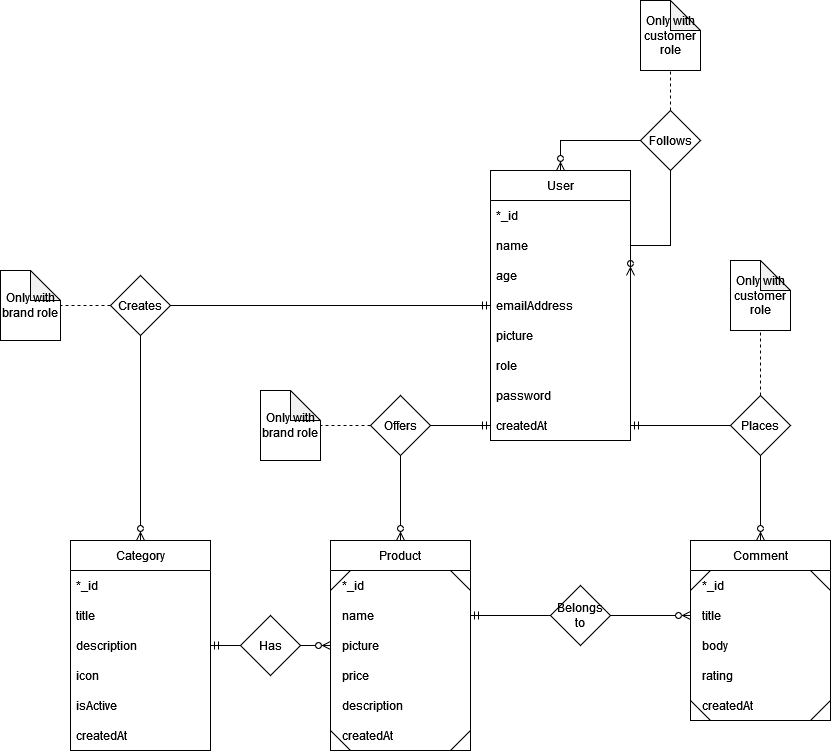
Before: apps/uc-app/src/assets/images/erd.png, a diagram exported from draw.io (CKleijn/UnreleasedClothing). Source tidied: cells renumbered, new cells last; positions are measured from the earlier drawing's top-left corner, leaving out a move shared by most shapes. Source of this version:
```xml
<mxGraphModel>
  <root>
    <mxCell id="0" />
    <mxCell id="1" parent="0" />
    <mxCell id="2" value="Product" style="swimlane;fontStyle=0;horizontal=1;startSize=30;" parent="1" vertex="1">
      <mxGeometry x="330" y="540" width="140" height="210" as="geometry" />
    </mxCell>
    <mxCell id="3" style="endArrow=none;html=1;rounded=0;fontSize=10;" parent="2" edge="1">
      <mxGeometry relative="1" as="geometry">
        <mxPoint x="120" y="30" as="sourcePoint" />
        <mxPoint x="140" y="50" as="targetPoint" />
      </mxGeometry>
    </mxCell>
    <mxCell id="4" style="endArrow=none;html=1;rounded=0;fontSize=10;" parent="2" edge="1">
      <mxGeometry relative="1" as="geometry">
        <mxPoint y="50" as="sourcePoint" />
        <mxPoint x="20" y="30" as="targetPoint" />
      </mxGeometry>
    </mxCell>
    <mxCell id="5" value="  *_id" style="text;strokeColor=none;fillColor=none;align=left;verticalAlign=middle;spacingLeft=4;spacingRight=4;overflow=hidden;" parent="2" vertex="1">
      <mxGeometry y="30" width="140" height="30" as="geometry" />
    </mxCell>
    <mxCell id="6" value="  name" style="text;strokeColor=none;fillColor=none;align=left;verticalAlign=middle;spacingLeft=4;spacingRight=4;overflow=hidden;points=[[0,0.5],[1,0.5]];portConstraint=eastwest;" parent="2" vertex="1">
      <mxGeometry y="60" width="140" height="30" as="geometry" />
    </mxCell>
    <mxCell id="7" value="  picture" style="text;strokeColor=none;fillColor=none;align=left;verticalAlign=middle;spacingLeft=4;spacingRight=4;overflow=hidden;points=[[0,0.5],[1,0.5]];portConstraint=eastwest;" parent="2" vertex="1">
      <mxGeometry y="90" width="140" height="30" as="geometry" />
    </mxCell>
    <mxCell id="8" value="  price" style="text;strokeColor=none;fillColor=none;align=left;verticalAlign=middle;spacingLeft=4;spacingRight=4;overflow=hidden;" parent="2" vertex="1">
      <mxGeometry y="120" width="140" height="30" as="geometry" />
    </mxCell>
    <mxCell id="9" value="  description" style="text;strokeColor=none;fillColor=none;align=left;verticalAlign=middle;spacingLeft=4;spacingRight=4;overflow=hidden;" parent="2" vertex="1">
      <mxGeometry y="150" width="140" height="30" as="geometry" />
    </mxCell>
    <mxCell id="10" value="  createdAt" style="text;strokeColor=none;fillColor=none;align=left;verticalAlign=middle;spacingLeft=4;spacingRight=4;overflow=hidden;" parent="2" vertex="1">
      <mxGeometry y="180" width="140" height="30" as="geometry" />
    </mxCell>
    <mxCell id="11" style="endArrow=none;html=1;rounded=0;fontSize=10;" parent="2" edge="1">
      <mxGeometry relative="1" as="geometry">
        <mxPoint y="190" as="sourcePoint" />
        <mxPoint x="20" y="210" as="targetPoint" />
      </mxGeometry>
    </mxCell>
    <mxCell id="12" style="endArrow=none;html=1;rounded=0;fontSize=10;" parent="2" edge="1">
      <mxGeometry relative="1" as="geometry">
        <mxPoint x="120" y="210" as="sourcePoint" />
        <mxPoint x="140" y="190" as="targetPoint" />
      </mxGeometry>
    </mxCell>
    <mxCell id="13" style="edgeStyle=orthogonalEdgeStyle;rounded=0;jettySize=auto;html=1;exitX=0.5;exitY=0;exitDx=0;exitDy=0;entryX=0;entryY=0.5;entryDx=0;entryDy=0;startArrow=ERzeroToMany;startFill=0;endArrow=ERmandOne;endFill=0;" parent="1" edge="1" source="14" target="25">
      <mxGeometry relative="1" as="geometry" />
    </mxCell>
    <mxCell id="14" value="Category" style="swimlane;fontStyle=0;horizontal=1;startSize=30;" parent="1" vertex="1">
      <mxGeometry x="70" y="540" width="140" height="210" as="geometry" />
    </mxCell>
    <mxCell id="15" value="*_id" style="text;strokeColor=none;fillColor=none;align=left;verticalAlign=middle;spacingLeft=4;spacingRight=4;overflow=hidden;" parent="14" vertex="1">
      <mxGeometry y="30" width="140" height="30" as="geometry" />
    </mxCell>
    <mxCell id="16" value="title" style="text;strokeColor=none;fillColor=none;align=left;verticalAlign=middle;spacingLeft=4;spacingRight=4;overflow=hidden;points=[[0,0.5],[1,0.5]];portConstraint=eastwest;" parent="14" vertex="1">
      <mxGeometry y="60" width="140" height="30" as="geometry" />
    </mxCell>
    <mxCell id="17" value="description" style="text;strokeColor=none;fillColor=none;align=left;verticalAlign=middle;spacingLeft=4;spacingRight=4;overflow=hidden;points=[[0,0.5],[1,0.5]];portConstraint=eastwest;" parent="14" vertex="1">
      <mxGeometry y="90" width="140" height="30" as="geometry" />
    </mxCell>
    <mxCell id="18" value="icon" style="text;strokeColor=none;fillColor=none;align=left;verticalAlign=middle;spacingLeft=4;spacingRight=4;overflow=hidden;" parent="14" vertex="1">
      <mxGeometry y="120" width="140" height="30" as="geometry" />
    </mxCell>
    <mxCell id="19" value="isActive" style="text;strokeColor=none;fillColor=none;align=left;verticalAlign=middle;spacingLeft=4;spacingRight=4;overflow=hidden;" parent="14" vertex="1">
      <mxGeometry y="150" width="140" height="30" as="geometry" />
    </mxCell>
    <mxCell id="20" value="createdAt" style="text;strokeColor=none;fillColor=none;align=left;verticalAlign=middle;spacingLeft=4;spacingRight=4;overflow=hidden;" parent="14" vertex="1">
      <mxGeometry y="180" width="140" height="30" as="geometry" />
    </mxCell>
    <mxCell id="21" value="User" style="swimlane;fontStyle=0;horizontal=1;startSize=30;" parent="1" vertex="1">
      <mxGeometry x="490" y="170" width="140" height="270" as="geometry" />
    </mxCell>
    <mxCell id="22" value="*_id" style="text;strokeColor=none;fillColor=none;align=left;verticalAlign=middle;spacingLeft=4;spacingRight=4;overflow=hidden;" parent="21" vertex="1">
      <mxGeometry y="30" width="140" height="30" as="geometry" />
    </mxCell>
    <mxCell id="23" value="name" style="text;strokeColor=none;fillColor=none;align=left;verticalAlign=middle;spacingLeft=4;spacingRight=4;overflow=hidden;" parent="21" vertex="1">
      <mxGeometry y="60" width="140" height="30" as="geometry" />
    </mxCell>
    <mxCell id="24" value="age" style="text;strokeColor=none;fillColor=none;align=left;verticalAlign=middle;spacingLeft=4;spacingRight=4;overflow=hidden;points=[[0,0.5],[1,0.5]];portConstraint=eastwest;" parent="21" vertex="1">
      <mxGeometry y="90" width="140" height="30" as="geometry" />
    </mxCell>
    <mxCell id="25" value="emailAddress" style="text;strokeColor=none;fillColor=none;align=left;verticalAlign=middle;spacingLeft=4;spacingRight=4;overflow=hidden;points=[[0,0.5],[1,0.5]];portConstraint=eastwest;" parent="21" vertex="1">
      <mxGeometry y="120" width="140" height="30" as="geometry" />
    </mxCell>
    <mxCell id="26" style="edgeStyle=orthogonalEdgeStyle;rounded=0;jettySize=auto;html=1;exitX=1;exitY=0.5;exitDx=0;exitDy=0;entryX=0.5;entryY=0;entryDx=0;entryDy=0;startArrow=ERzeroToMany;startFill=0;endArrow=ERzeroToMany;endFill=0;" parent="21" edge="1" source="24" target="21">
      <mxGeometry relative="1" as="geometry">
        <Array as="points">
          <mxPoint x="180" y="75" />
          <mxPoint x="180" y="-30" />
          <mxPoint x="70" y="-30" />
        </Array>
      </mxGeometry>
    </mxCell>
    <mxCell id="27" value="picture" style="text;strokeColor=none;fillColor=none;align=left;verticalAlign=middle;spacingLeft=4;spacingRight=4;overflow=hidden;" parent="21" vertex="1">
      <mxGeometry y="150" width="140" height="30" as="geometry" />
    </mxCell>
    <mxCell id="28" value="role" style="text;strokeColor=none;fillColor=none;align=left;verticalAlign=middle;spacingLeft=4;spacingRight=4;overflow=hidden;" parent="21" vertex="1">
      <mxGeometry y="180" width="140" height="30" as="geometry" />
    </mxCell>
    <mxCell id="29" value="password" style="text;strokeColor=none;fillColor=none;align=left;verticalAlign=middle;spacingLeft=4;spacingRight=4;overflow=hidden;" parent="21" vertex="1">
      <mxGeometry y="210" width="140" height="30" as="geometry" />
    </mxCell>
    <mxCell id="30" value="createdAt" style="text;strokeColor=none;fillColor=none;align=left;verticalAlign=middle;spacingLeft=4;spacingRight=4;overflow=hidden;" parent="21" vertex="1">
      <mxGeometry y="240" width="140" height="30" as="geometry" />
    </mxCell>
    <mxCell id="31" style="edgeStyle=orthogonalEdgeStyle;rounded=0;jettySize=auto;html=1;exitX=0;exitY=0.5;exitDx=0;exitDy=0;entryX=1;entryY=0.5;entryDx=0;entryDy=0;startArrow=none;startFill=0;endArrow=ERmandOne;endFill=0;" parent="1" edge="1" source="55">
      <mxGeometry relative="1" as="geometry">
        <mxPoint x="630" y="425" as="targetPoint" />
      </mxGeometry>
    </mxCell>
    <mxCell id="32" value="Comment" style="swimlane;fontStyle=0;horizontal=1;startSize=30;" parent="1" vertex="1">
      <mxGeometry x="690" y="540" width="140" height="180" as="geometry" />
    </mxCell>
    <mxCell id="33" style="endArrow=none;html=1;rounded=0;fontSize=10;" parent="32" edge="1">
      <mxGeometry relative="1" as="geometry">
        <mxPoint y="50" as="sourcePoint" />
        <mxPoint x="20" y="30" as="targetPoint" />
      </mxGeometry>
    </mxCell>
    <mxCell id="34" value="  *_id" style="text;strokeColor=none;fillColor=none;align=left;verticalAlign=middle;spacingLeft=4;spacingRight=4;overflow=hidden;" parent="32" vertex="1">
      <mxGeometry y="30" width="140" height="30" as="geometry" />
    </mxCell>
    <mxCell id="35" style="endArrow=none;html=1;rounded=0;fontSize=10;" parent="32" edge="1">
      <mxGeometry relative="1" as="geometry">
        <mxPoint x="120" y="30" as="sourcePoint" />
        <mxPoint x="140" y="50" as="targetPoint" />
      </mxGeometry>
    </mxCell>
    <mxCell id="36" value="  title" style="text;strokeColor=none;fillColor=none;align=left;verticalAlign=middle;spacingLeft=4;spacingRight=4;overflow=hidden;points=[[0,0.5],[1,0.5]];portConstraint=eastwest;" parent="32" vertex="1">
      <mxGeometry y="60" width="140" height="30" as="geometry" />
    </mxCell>
    <mxCell id="37" value="  body" style="text;strokeColor=none;fillColor=none;align=left;verticalAlign=middle;spacingLeft=4;spacingRight=4;overflow=hidden;" parent="32" vertex="1">
      <mxGeometry y="90" width="140" height="30" as="geometry" />
    </mxCell>
    <mxCell id="38" value="  rating" style="text;strokeColor=none;fillColor=none;align=left;verticalAlign=middle;spacingLeft=4;spacingRight=4;overflow=hidden;" parent="32" vertex="1">
      <mxGeometry y="120" width="140" height="30" as="geometry" />
    </mxCell>
    <mxCell id="39" value="  createdAt" style="text;strokeColor=none;fillColor=none;align=left;verticalAlign=middle;spacingLeft=4;spacingRight=4;overflow=hidden;" parent="32" vertex="1">
      <mxGeometry y="150" width="140" height="30" as="geometry" />
    </mxCell>
    <mxCell id="40" style="endArrow=none;html=1;rounded=0;fontSize=10;" parent="32" edge="1">
      <mxGeometry relative="1" as="geometry">
        <mxPoint y="160" as="sourcePoint" />
        <mxPoint x="20" y="180" as="targetPoint" />
      </mxGeometry>
    </mxCell>
    <mxCell id="41" style="endArrow=none;html=1;rounded=0;fontSize=10;" parent="32" edge="1">
      <mxGeometry relative="1" as="geometry">
        <mxPoint x="120" y="180" as="sourcePoint" />
        <mxPoint x="140" y="160" as="targetPoint" />
      </mxGeometry>
    </mxCell>
    <mxCell id="42" style="edgeStyle=orthogonalEdgeStyle;rounded=0;jettySize=auto;html=1;exitX=0.5;exitY=0;exitDx=0;exitDy=0;entryX=0.5;entryY=1;entryDx=0;entryDy=0;entryPerimeter=0;startArrow=none;startFill=0;endArrow=none;endFill=0;dashed=1;" parent="1" edge="1" source="43" target="44">
      <mxGeometry relative="1" as="geometry" />
    </mxCell>
    <mxCell id="43" value="Follows" style="rhombus;whiteSpace=wrap;html=1;" parent="1" vertex="1">
      <mxGeometry x="640" y="110" width="60" height="60" as="geometry" />
    </mxCell>
    <mxCell id="44" value="Only with customer role" style="shape=note;whiteSpace=wrap;html=1;backgroundOutline=1;darkOpacity=0.05;" parent="1" vertex="1">
      <mxGeometry x="640" width="60" height="70" as="geometry" />
    </mxCell>
    <mxCell id="45" style="edgeStyle=orthogonalEdgeStyle;rounded=0;jettySize=auto;html=1;exitX=0;exitY=0.5;exitDx=0;exitDy=0;entryX=0.5;entryY=0;entryDx=0;entryDy=0;startArrow=ERmandOne;startFill=0;endArrow=ERzeroToMany;endFill=0;" parent="1" edge="1" target="2">
      <mxGeometry relative="1" as="geometry">
        <mxPoint x="490" y="425" as="sourcePoint" />
      </mxGeometry>
    </mxCell>
    <mxCell id="46" style="edgeStyle=orthogonalEdgeStyle;rounded=0;jettySize=auto;html=1;exitX=0;exitY=0.5;exitDx=0;exitDy=0;startArrow=none;startFill=0;endArrow=none;endFill=0;dashed=1;" parent="1" edge="1" source="47" target="48">
      <mxGeometry relative="1" as="geometry" />
    </mxCell>
    <mxCell id="47" value="Offers" style="rhombus;whiteSpace=wrap;html=1;" parent="1" vertex="1">
      <mxGeometry x="370" y="395" width="60" height="60" as="geometry" />
    </mxCell>
    <mxCell id="48" value="Only with brand role" style="shape=note;whiteSpace=wrap;html=1;backgroundOutline=1;darkOpacity=0.05;" parent="1" vertex="1">
      <mxGeometry x="260" y="390" width="60" height="70" as="geometry" />
    </mxCell>
    <mxCell id="49" style="edgeStyle=orthogonalEdgeStyle;rounded=0;jettySize=auto;html=1;exitX=0;exitY=0.5;exitDx=0;exitDy=0;startArrow=none;startFill=0;endArrow=none;endFill=0;dashed=1;" parent="1" edge="1" source="50" target="51">
      <mxGeometry relative="1" as="geometry" />
    </mxCell>
    <mxCell id="50" value="Creates" style="rhombus;whiteSpace=wrap;html=1;" parent="1" vertex="1">
      <mxGeometry x="110" y="275" width="60" height="60" as="geometry" />
    </mxCell>
    <mxCell id="51" value="Only with brand role" style="shape=note;whiteSpace=wrap;html=1;backgroundOutline=1;darkOpacity=0.05;" parent="1" vertex="1">
      <mxGeometry y="270" width="60" height="70" as="geometry" />
    </mxCell>
    <mxCell id="52" style="edgeStyle=orthogonalEdgeStyle;rounded=0;jettySize=auto;html=1;exitX=1;exitY=0.5;exitDx=0;exitDy=0;startArrow=ERmandOne;startFill=0;endArrow=ERzeroToMany;endFill=0;" parent="1" edge="1" source="17" target="7">
      <mxGeometry relative="1" as="geometry" />
    </mxCell>
    <mxCell id="53" value="Has" style="rhombus;whiteSpace=wrap;html=1;" parent="1" vertex="1">
      <mxGeometry x="240" y="615" width="60" height="60" as="geometry" />
    </mxCell>
    <mxCell id="54" style="edgeStyle=orthogonalEdgeStyle;rounded=0;jettySize=auto;html=1;exitX=1;exitY=0.5;exitDx=0;exitDy=0;entryX=0;entryY=0.5;entryDx=0;entryDy=0;startArrow=none;startFill=0;endArrow=ERzeroToMany;endFill=0;" parent="1" edge="1" source="57" target="36">
      <mxGeometry relative="1" as="geometry" />
    </mxCell>
    <mxCell id="55" value="Places" style="rhombus;whiteSpace=wrap;html=1;" parent="1" vertex="1">
      <mxGeometry x="730" y="395" width="60" height="60" as="geometry" />
    </mxCell>
    <mxCell id="56" style="edgeStyle=orthogonalEdgeStyle;rounded=0;jettySize=auto;html=1;exitX=0.5;exitY=0;exitDx=0;exitDy=0;entryX=0.5;entryY=1;entryDx=0;entryDy=0;startArrow=ERzeroToMany;startFill=0;endArrow=none;endFill=0;" parent="1" edge="1" source="32" target="55">
      <mxGeometry relative="1" as="geometry" />
    </mxCell>
    <mxCell id="57" value="Belongs to" style="rhombus;whiteSpace=wrap;html=1;" parent="1" vertex="1">
      <mxGeometry x="550" y="585" width="60" height="60" as="geometry" />
    </mxCell>
    <mxCell id="58" style="edgeStyle=orthogonalEdgeStyle;rounded=0;jettySize=auto;html=1;exitX=1;exitY=0.5;exitDx=0;exitDy=0;entryX=0;entryY=0.5;entryDx=0;entryDy=0;startArrow=ERmandOne;startFill=0;endArrow=none;endFill=0;" parent="1" edge="1" source="6" target="57">
      <mxGeometry relative="1" as="geometry" />
    </mxCell>
    <mxCell id="59" style="edgeStyle=orthogonalEdgeStyle;rounded=0;jettySize=auto;html=1;exitX=0.5;exitY=0;exitDx=0;exitDy=0;startArrow=none;startFill=0;endArrow=none;endFill=0;dashed=1;" parent="1" edge="1" source="55" target="60">
      <mxGeometry relative="1" as="geometry" />
    </mxCell>
    <mxCell id="60" value="Only with customer role" style="shape=note;whiteSpace=wrap;html=1;backgroundOutline=1;darkOpacity=0.05;" parent="1" vertex="1">
      <mxGeometry x="730" y="260" width="60" height="70" as="geometry" />
    </mxCell>
  </root>
</mxGraphModel>
```
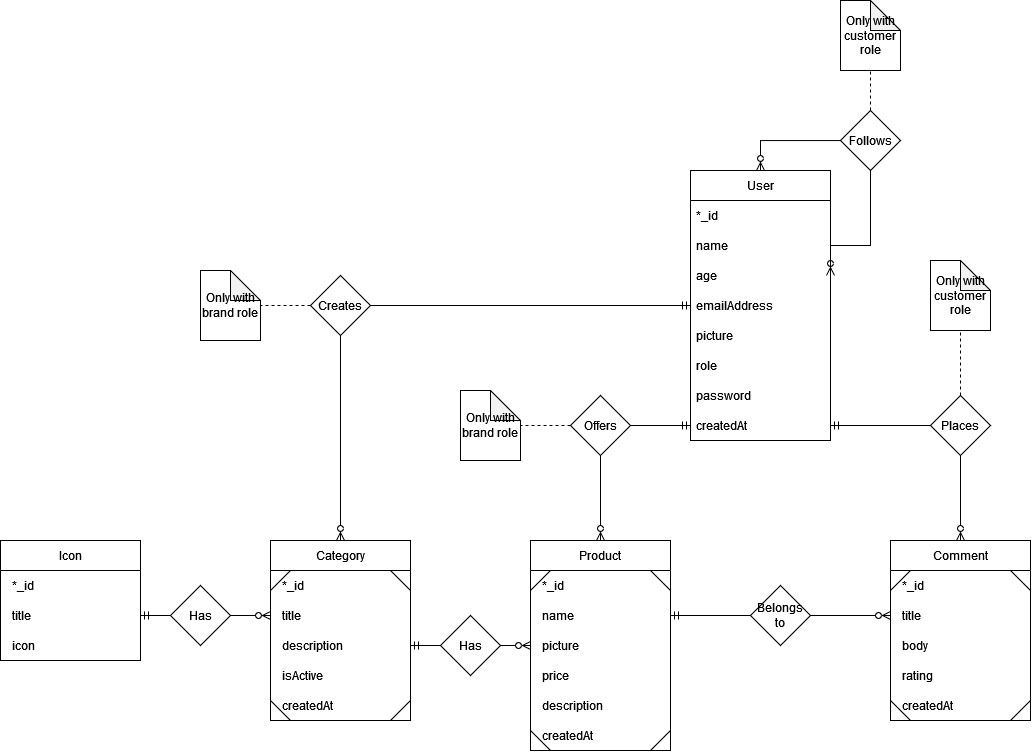
The same file after the commit.

Commit message:
Update about page

Diff of the diagram source:
```diff
@@ -51,26 +51,47 @@
       <mxGeometry relative="1" as="geometry" />
     </mxCell>
     <mxCell id="14" value="Category" style="swimlane;fontStyle=0;horizontal=1;startSize=30;" parent="1" vertex="1">
-      <mxGeometry x="70" y="540" width="140" height="210" as="geometry" />
+      <mxGeometry x="70" y="540" width="140" height="180" as="geometry" />
     </mxCell>
+    <mxCell id="61" style="endArrow=none;html=1;rounded=0;fontSize=10;" parent="14" edge="1">
+      <mxGeometry relative="1" as="geometry">
+        <mxPoint y="50" as="sourcePoint" />
+        <mxPoint x="20" y="30" as="targetPoint" />
+      </mxGeometry>
+    </mxCell>
+    <mxCell id="62" style="endArrow=none;html=1;rounded=0;fontSize=10;" parent="14" edge="1">
+      <mxGeometry relative="1" as="geometry">
+        <mxPoint x="120" y="30" as="sourcePoint" />
+        <mxPoint x="140" y="50" as="targetPoint" />
+      </mxGeometry>
+    </mxCell>
-    <mxCell id="15" value="*_id" style="text;strokeColor=none;fillColor=none;align=left;verticalAlign=middle;spacingLeft=4;spacingRight=4;overflow=hidden;" parent="14" vertex="1">
+    <mxCell id="15" value="  *_id" style="text;strokeColor=none;fillColor=none;align=left;verticalAlign=middle;spacingLeft=4;spacingRight=4;overflow=hidden;" parent="14" vertex="1">
       <mxGeometry y="30" width="140" height="30" as="geometry" />
     </mxCell>
-    <mxCell id="16" value="title" style="text;strokeColor=none;fillColor=none;align=left;verticalAlign=middle;spacingLeft=4;spacingRight=4;overflow=hidden;points=[[0,0.5],[1,0.5]];portConstraint=eastwest;" parent="14" vertex="1">
+    <mxCell id="16" value="  title" style="text;strokeColor=none;fillColor=none;align=left;verticalAlign=middle;spacingLeft=4;spacingRight=4;overflow=hidden;points=[[0,0.5],[1,0.5]];portConstraint=eastwest;" parent="14" vertex="1">
       <mxGeometry y="60" width="140" height="30" as="geometry" />
     </mxCell>
-    <mxCell id="17" value="description" style="text;strokeColor=none;fillColor=none;align=left;verticalAlign=middle;spacingLeft=4;spacingRight=4;overflow=hidden;points=[[0,0.5],[1,0.5]];portConstraint=eastwest;" parent="14" vertex="1">
+    <mxCell id="17" value="  description" style="text;strokeColor=none;fillColor=none;align=left;verticalAlign=middle;spacingLeft=4;spacingRight=4;overflow=hidden;points=[[0,0.5],[1,0.5]];portConstraint=eastwest;" parent="14" vertex="1">
       <mxGeometry y="90" width="140" height="30" as="geometry" />
     </mxCell>
-    <mxCell id="18" value="icon" style="text;strokeColor=none;fillColor=none;align=left;verticalAlign=middle;spacingLeft=4;spacingRight=4;overflow=hidden;" parent="14" vertex="1">
-      <mxGeometry y="120" width="140" height="30" as="geometry" />
-    </mxCell>
-    <mxCell id="19" value="isActive" style="text;strokeColor=none;fillColor=none;align=left;verticalAlign=middle;spacingLeft=4;spacingRight=4;overflow=hidden;" parent="14" vertex="1">
-      <mxGeometry y="150" width="140" height="30" as="geometry" />
+    <mxCell id="19" value="  isActive" style="text;strokeColor=none;fillColor=none;align=left;verticalAlign=middle;spacingLeft=4;spacingRight=4;overflow=hidden;" parent="14" vertex="1">
+      <mxGeometry y="120" width="140" height="30" as="geometry" />
     </mxCell>
-    <mxCell id="20" value="createdAt" style="text;strokeColor=none;fillColor=none;align=left;verticalAlign=middle;spacingLeft=4;spacingRight=4;overflow=hidden;" parent="14" vertex="1">
-      <mxGeometry y="180" width="140" height="30" as="geometry" />
+    <mxCell id="20" value="  createdAt" style="text;strokeColor=none;fillColor=none;align=left;verticalAlign=middle;spacingLeft=4;spacingRight=4;overflow=hidden;" parent="14" vertex="1">
+      <mxGeometry y="150" width="140" height="30" as="geometry" />
     </mxCell>
+    <mxCell id="63" style="endArrow=none;html=1;rounded=0;fontSize=10;" parent="14" edge="1">
+      <mxGeometry relative="1" as="geometry">
+        <mxPoint y="160" as="sourcePoint" />
+        <mxPoint x="20" y="180" as="targetPoint" />
+      </mxGeometry>
+    </mxCell>
+    <mxCell id="64" style="endArrow=none;html=1;rounded=0;fontSize=10;" parent="14" edge="1">
+      <mxGeometry relative="1" as="geometry">
+        <mxPoint x="120" y="180" as="sourcePoint" />
+        <mxPoint x="140" y="160" as="targetPoint" />
+      </mxGeometry>
+    </mxCell>
     <mxCell id="21" value="User" style="swimlane;fontStyle=0;horizontal=1;startSize=30;" parent="1" vertex="1">
       <mxGeometry x="490" y="170" width="140" height="270" as="geometry" />
     </mxCell>
@@ -213,5 +234,23 @@
     <mxCell id="60" value="Only with customer role" style="shape=note;whiteSpace=wrap;html=1;backgroundOutline=1;darkOpacity=0.05;" parent="1" vertex="1">
       <mxGeometry x="730" y="260" width="60" height="70" as="geometry" />
     </mxCell>
+    <mxCell id="65" value="Icon" style="swimlane;fontStyle=0;horizontal=1;startSize=30;" parent="1" vertex="1">
+      <mxGeometry x="-200" y="540" width="140" height="120" as="geometry" />
+    </mxCell>
+    <mxCell id="66" value="  *_id" style="text;strokeColor=none;fillColor=none;align=left;verticalAlign=middle;spacingLeft=4;spacingRight=4;overflow=hidden;" parent="65" vertex="1">
+      <mxGeometry y="30" width="140" height="30" as="geometry" />
+    </mxCell>
+    <mxCell id="67" value="  title" style="text;strokeColor=none;fillColor=none;align=left;verticalAlign=middle;spacingLeft=4;spacingRight=4;overflow=hidden;points=[[0,0.5],[1,0.5]];portConstraint=eastwest;" parent="65" vertex="1">
+      <mxGeometry y="60" width="140" height="30" as="geometry" />
+    </mxCell>
+    <mxCell id="18" value="  icon" style="text;strokeColor=none;fillColor=none;align=left;verticalAlign=middle;spacingLeft=4;spacingRight=4;overflow=hidden;" parent="65" vertex="1">
+      <mxGeometry y="90" width="140" height="30" as="geometry" />
+    </mxCell>
+    <mxCell id="68" style="edgeStyle=orthogonalEdgeStyle;rounded=0;jettySize=auto;html=1;exitX=1;exitY=0.5;exitDx=0;exitDy=0;entryX=0;entryY=0.5;entryDx=0;entryDy=0;startArrow=ERmandOne;startFill=0;endArrow=ERzeroToMany;endFill=0;" parent="1" edge="1" source="67" target="16">
+      <mxGeometry relative="1" as="geometry" />
+    </mxCell>
+    <mxCell id="69" value="Has" style="rhombus;whiteSpace=wrap;html=1;" parent="1" vertex="1">
+      <mxGeometry x="-30" y="585" width="60" height="60" as="geometry" />
+    </mxCell>
   </root>
 </mxGraphModel>
```
